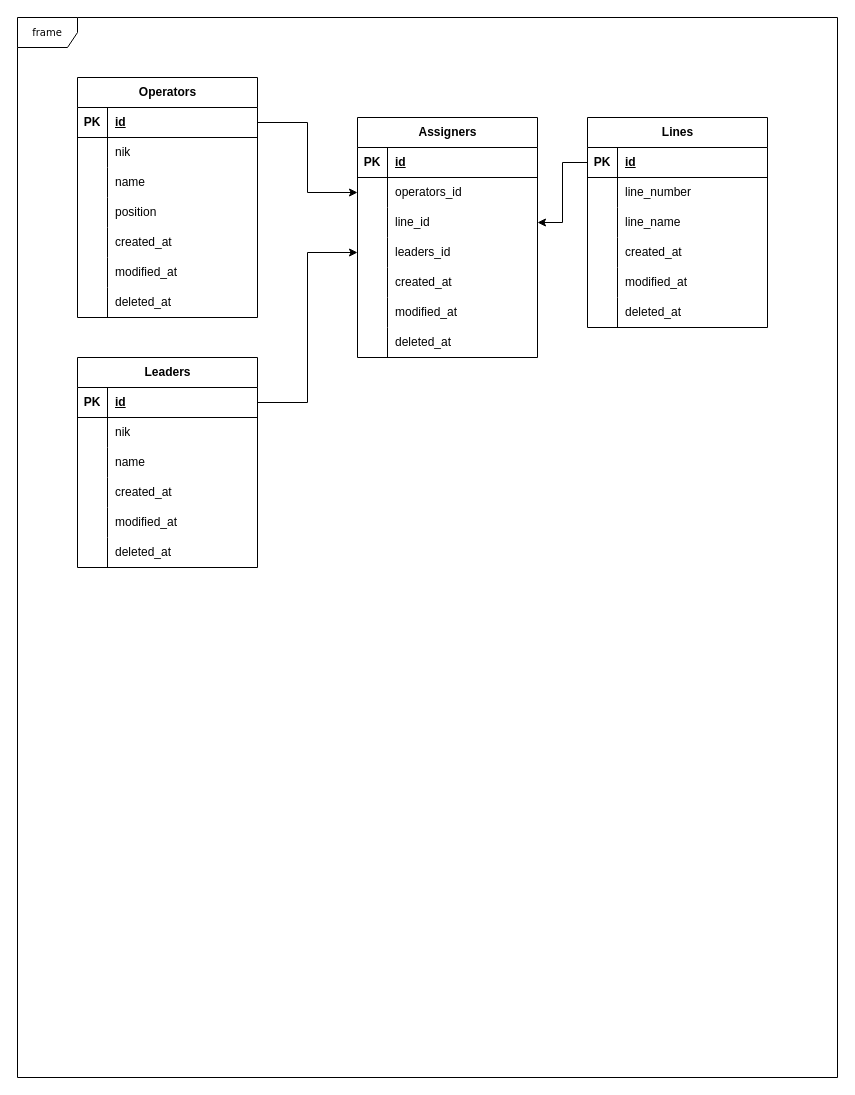
The draw.io diagram jobAssigned.drawio in arizmuajianisan/flowchart, before the edit. Source tidied: cells renumbered, new cells numbered last; positions are measured from the earlier drawing's top-left corner, leaving out a move shared by most shapes. Both pictures are drawn from the tidied source at 100%, with x=0, y=0 at pixel (17, 17).
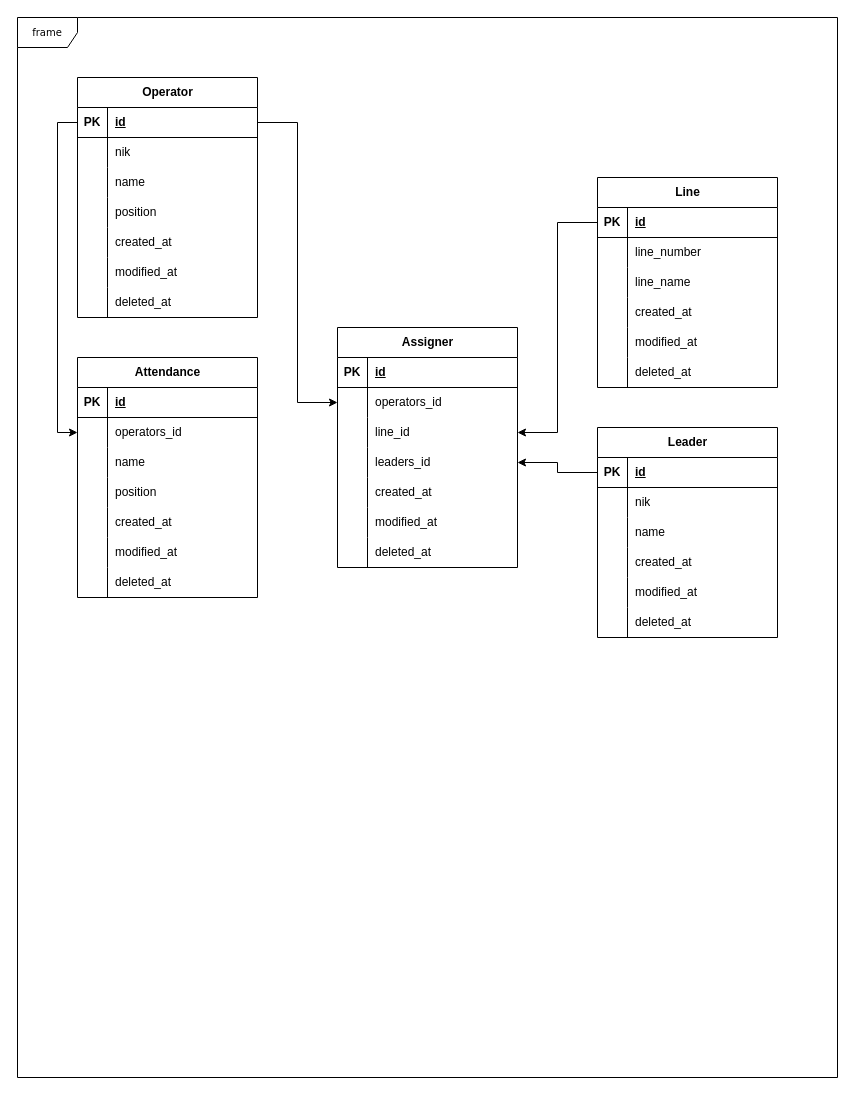
Above is the later version.

The change refers to these unchanged cells:
```xml
<mxCell id="4" style="shape=tableRow;horizontal=0;startSize=0;swimlaneHead=0;swimlaneBody=0;fillColor=none;points=[[0,0.5],[1,0.5]];portConstraint=eastwest;top=0;left=0;right=0;bottom=1;" parent="3" vertex="1">
  <mxGeometry y="30" width="180" height="30" as="geometry" />
</mxCell>
```

What changed in the source:
```diff
@@
-    <mxCell id="3" value="Operators" style="shape=table;startSize=30;childLayout=tableLayout;rowLines=0;fontStyle=1;align=center;html=1;" parent="1" vertex="1">
+    <mxCell id="3" value="Operator" style="shape=table;startSize=30;childLayout=tableLayout;rowLines=0;fontStyle=1;align=center;html=1;" parent="1" vertex="1">
       <mxGeometry x="60" y="60" width="180" height="240" as="geometry" />
     </mxCell>
@@
-    <mxCell id="25" value="Leaders" style="shape=table;startSize=30;childLayout=tableLayout;rowLines=0;fontStyle=1;align=center;html=1;" parent="1" vertex="1">
-      <mxGeometry x="60" y="340" width="180" height="210" as="geometry" />
+    <mxCell id="25" value="Leader" style="shape=table;startSize=30;childLayout=tableLayout;rowLines=0;fontStyle=1;align=center;html=1;" parent="1" vertex="1">
+      <mxGeometry x="580" y="410" width="180" height="210" as="geometry" />
     </mxCell>
@@
-    <mxCell id="44" value="Lines" style="shape=table;startSize=30;childLayout=tableLayout;rowLines=0;fontStyle=1;align=center;html=1;" parent="1" vertex="1">
-      <mxGeometry x="570" y="100" width="180" height="210" as="geometry" />
+    <mxCell id="44" value="Line" style="shape=table;startSize=30;childLayout=tableLayout;rowLines=0;fontStyle=1;align=center;html=1;" parent="1" vertex="1">
+      <mxGeometry x="580" y="160" width="180" height="210" as="geometry" />
     </mxCell>
@@
-    <mxCell id="63" value="Assigners" style="shape=table;startSize=30;childLayout=tableLayout;rowLines=0;fontStyle=1;align=center;html=1;" parent="1" vertex="1">
-      <mxGeometry x="340" y="100" width="180" height="240" as="geometry" />
+    <mxCell id="63" value="Assigner" style="shape=table;startSize=30;childLayout=tableLayout;rowLines=0;fontStyle=1;align=center;html=1;" parent="1" vertex="1">
+      <mxGeometry x="320" y="310" width="180" height="240" as="geometry" />
     </mxCell>
@@
+    <mxCell id="88" value="Attendance" style="shape=table;startSize=30;childLayout=tableLayout;rowLines=0;fontStyle=1;align=center;html=1;" parent="1" vertex="1">
+      <mxGeometry x="60" y="340" width="180" height="240" as="geometry" />
+    </mxCell>
+    <mxCell id="89" style="shape=tableRow;horizontal=0;startSize=0;swimlaneHead=0;swimlaneBody=0;fillColor=none;top=0;left=0;right=0;bottom=1;" parent="88" vertex="1">
+      <mxGeometry y="30" width="180" height="30" as="geometry" />
+    </mxCell>
+    <mxCell id="90" value="PK" style="shape=partialRectangle;fillColor=none;top=0;left=0;bottom=0;right=0;fontStyle=1;overflow=hidden;whiteSpace=wrap;html=1;" parent="89" vertex="1">
+      <mxGeometry width="30" height="30" as="geometry" />
+    </mxCell>
+    <mxCell id="91" value="id" style="shape=partialRectangle;fillColor=none;top=0;left=0;bottom=0;right=0;align=left;spacingLeft=6;fontStyle=5;overflow=hidden;whiteSpace=wrap;html=1;" parent="89" vertex="1">
+      <mxGeometry x="30" width="150" height="30" as="geometry" />
+    </mxCell>
+    <mxCell id="92" style="shape=tableRow;horizontal=0;startSize=0;swimlaneHead=0;swimlaneBody=0;fillColor=none;points=[[0,0.5],[1,0.5]];portConstraint=eastwest;top=0;left=0;right=0;bottom=0;" parent="88" vertex="1">
+      <mxGeometry y="60" width="180" height="30" as="geometry" />
+    </mxCell>
+    <mxCell id="93" style="shape=partialRectangle;fillColor=none;top=0;left=0;bottom=0;right=0;overflow=hidden;whiteSpace=wrap;html=1;" parent="92" vertex="1">
+      <mxGeometry width="30" height="30" as="geometry" />
+    </mxCell>
+    <mxCell id="94" value="operators_id" style="shape=partialRectangle;fillColor=none;top=0;left=0;bottom=0;right=0;align=left;spacingLeft=6;overflow=hidden;whiteSpace=wrap;html=1;" parent="92" vertex="1">
+      <mxGeometry x="30" width="150" height="30" as="geometry" />
+    </mxCell>
+    <mxCell id="95" style="shape=tableRow;horizontal=0;startSize=0;swimlaneHead=0;swimlaneBody=0;fillColor=none;top=0;left=0;right=0;bottom=0;" parent="88" vertex="1">
+      <mxGeometry y="90" width="180" height="30" as="geometry" />
+    </mxCell>
+    <mxCell id="96" style="shape=partialRectangle;fillColor=none;top=0;left=0;bottom=0;right=0;overflow=hidden;whiteSpace=wrap;html=1;" parent="95" vertex="1">
+      <mxGeometry width="30" height="30" as="geometry" />
+    </mxCell>
+    <mxCell id="97" value="name" style="shape=partialRectangle;fillColor=none;top=0;left=0;bottom=0;right=0;align=left;spacingLeft=6;overflow=hidden;whiteSpace=wrap;html=1;" parent="95" vertex="1">
+      <mxGeometry x="30" width="150" height="30" as="geometry" />
+    </mxCell>
+    <mxCell id="98" style="shape=tableRow;horizontal=0;startSize=0;swimlaneHead=0;swimlaneBody=0;fillColor=none;top=0;left=0;right=0;bottom=0;" parent="88" vertex="1">
+      <mxGeometry y="120" width="180" height="30" as="geometry" />
+    </mxCell>
+    <mxCell id="99" value="&lt;br&gt;&lt;br&gt;&lt;div&gt;&lt;br/&gt;&lt;/div&gt;" style="shape=partialRectangle;fillColor=none;top=0;left=0;bottom=0;right=0;overflow=hidden;whiteSpace=wrap;html=1;" parent="98" vertex="1">
+      <mxGeometry width="30" height="30" as="geometry" />
+    </mxCell>
+    <mxCell id="100" value="position" style="shape=partialRectangle;fillColor=none;top=0;left=0;bottom=0;right=0;align=left;spacingLeft=6;overflow=hidden;whiteSpace=wrap;html=1;" parent="98" vertex="1">
+      <mxGeometry x="30" width="150" height="30" as="geometry" />
+    </mxCell>
+    <mxCell id="101" style="shape=tableRow;horizontal=0;startSize=0;swimlaneHead=0;swimlaneBody=0;fillColor=none;top=0;left=0;right=0;bottom=0;" parent="88" vertex="1">
+      <mxGeometry y="150" width="180" height="30" as="geometry" />
+    </mxCell>
+    <mxCell id="102" value="&lt;br&gt;&lt;br&gt;&lt;div&gt;&lt;br/&gt;&lt;/div&gt;" style="shape=partialRectangle;fillColor=none;top=0;left=0;bottom=0;right=0;overflow=hidden;whiteSpace=wrap;html=1;" parent="101" vertex="1">
+      <mxGeometry width="30" height="30" as="geometry" />
+    </mxCell>
+    <mxCell id="103" value="created_at" style="shape=partialRectangle;fillColor=none;top=0;left=0;bottom=0;right=0;align=left;spacingLeft=6;overflow=hidden;whiteSpace=wrap;html=1;" parent="101" vertex="1">
+      <mxGeometry x="30" width="150" height="30" as="geometry" />
+    </mxCell>
+    <mxCell id="104" style="shape=tableRow;horizontal=0;startSize=0;swimlaneHead=0;swimlaneBody=0;fillColor=none;top=0;left=0;right=0;bottom=0;" parent="88" vertex="1">
+      <mxGeometry y="180" width="180" height="30" as="geometry" />
+    </mxCell>
+    <mxCell id="105" value="&lt;br&gt;&lt;br&gt;&lt;div&gt;&lt;br/&gt;&lt;/div&gt;" style="shape=partialRectangle;fillColor=none;top=0;left=0;bottom=0;right=0;overflow=hidden;whiteSpace=wrap;html=1;" parent="104" vertex="1">
+      <mxGeometry width="30" height="30" as="geometry" />
+    </mxCell>
+    <mxCell id="106" value="modified_at" style="shape=partialRectangle;fillColor=none;top=0;left=0;bottom=0;right=0;align=left;spacingLeft=6;overflow=hidden;whiteSpace=wrap;html=1;" parent="104" vertex="1">
+      <mxGeometry x="30" width="150" height="30" as="geometry" />
+    </mxCell>
+    <mxCell id="107" style="shape=tableRow;horizontal=0;startSize=0;swimlaneHead=0;swimlaneBody=0;fillColor=none;top=0;left=0;right=0;bottom=0;" parent="88" vertex="1">
+      <mxGeometry y="210" width="180" height="30" as="geometry" />
+    </mxCell>
+    <mxCell id="108" value="&lt;br&gt;&lt;br&gt;&lt;div&gt;&lt;br/&gt;&lt;/div&gt;" style="shape=partialRectangle;fillColor=none;top=0;left=0;bottom=0;right=0;overflow=hidden;whiteSpace=wrap;html=1;" parent="107" vertex="1">
+      <mxGeometry width="30" height="30" as="geometry" />
+    </mxCell>
+    <mxCell id="109" value="deleted_at" style="shape=partialRectangle;fillColor=none;top=0;left=0;bottom=0;right=0;align=left;spacingLeft=6;overflow=hidden;whiteSpace=wrap;html=1;" parent="107" vertex="1">
+      <mxGeometry x="30" width="150" height="30" as="geometry" />
+    </mxCell>
+    <mxCell id="110" style="edgeStyle=orthogonalEdgeStyle;rounded=0;jettySize=auto;html=1;entryX=0;entryY=0.5;entryDx=0;entryDy=0;" parent="1" edge="1" source="4" target="92">
+      <mxGeometry relative="1" as="geometry" />
+    </mxCell>
```
